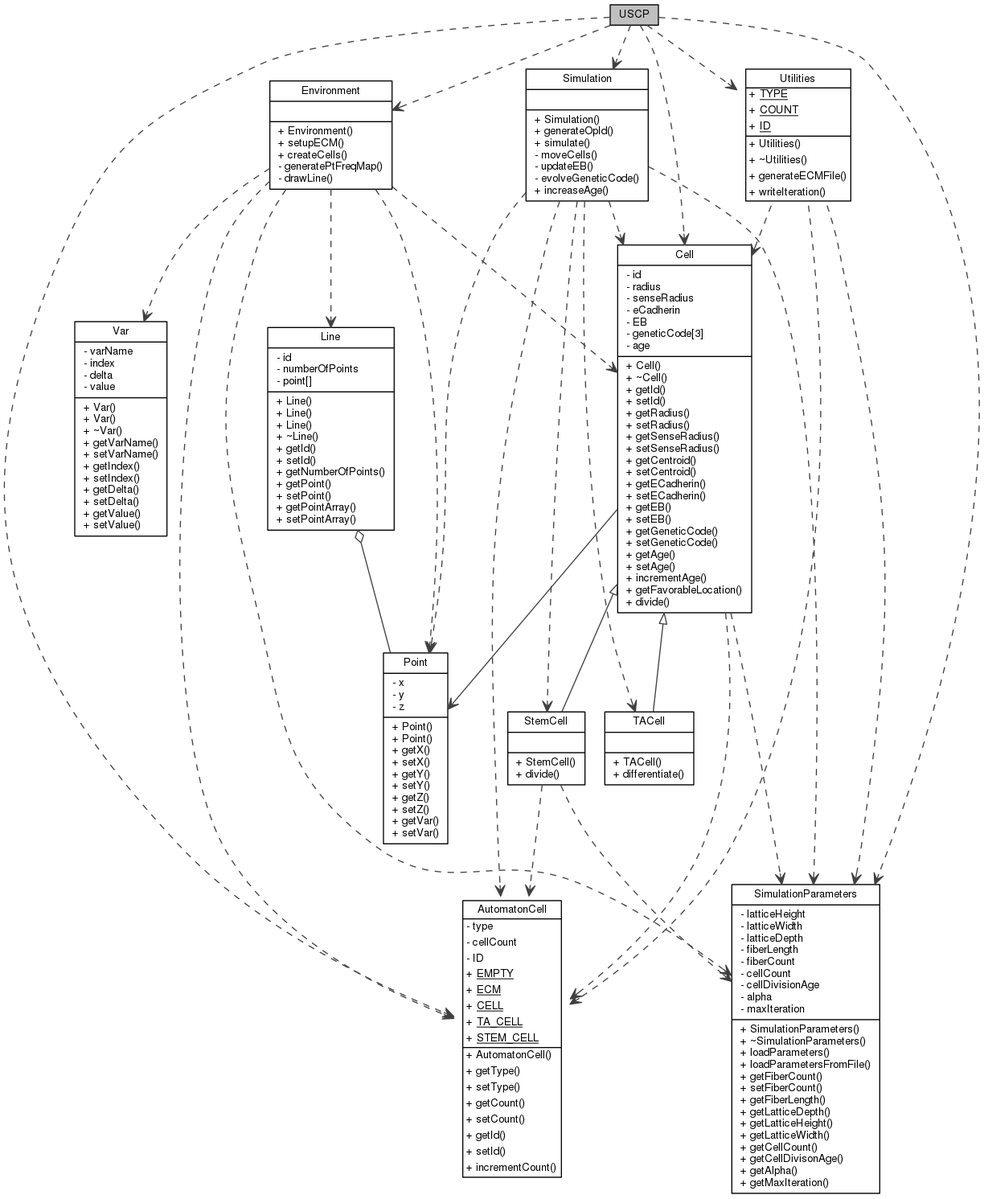
This is docs/diag/classDiagram/class_diag.png from abhaymittal/Model-Stem-Cells, a Graphviz export, as it was before one commit. Its source is kept beside it as docs/diag/classDiagram/class_diag.dot.
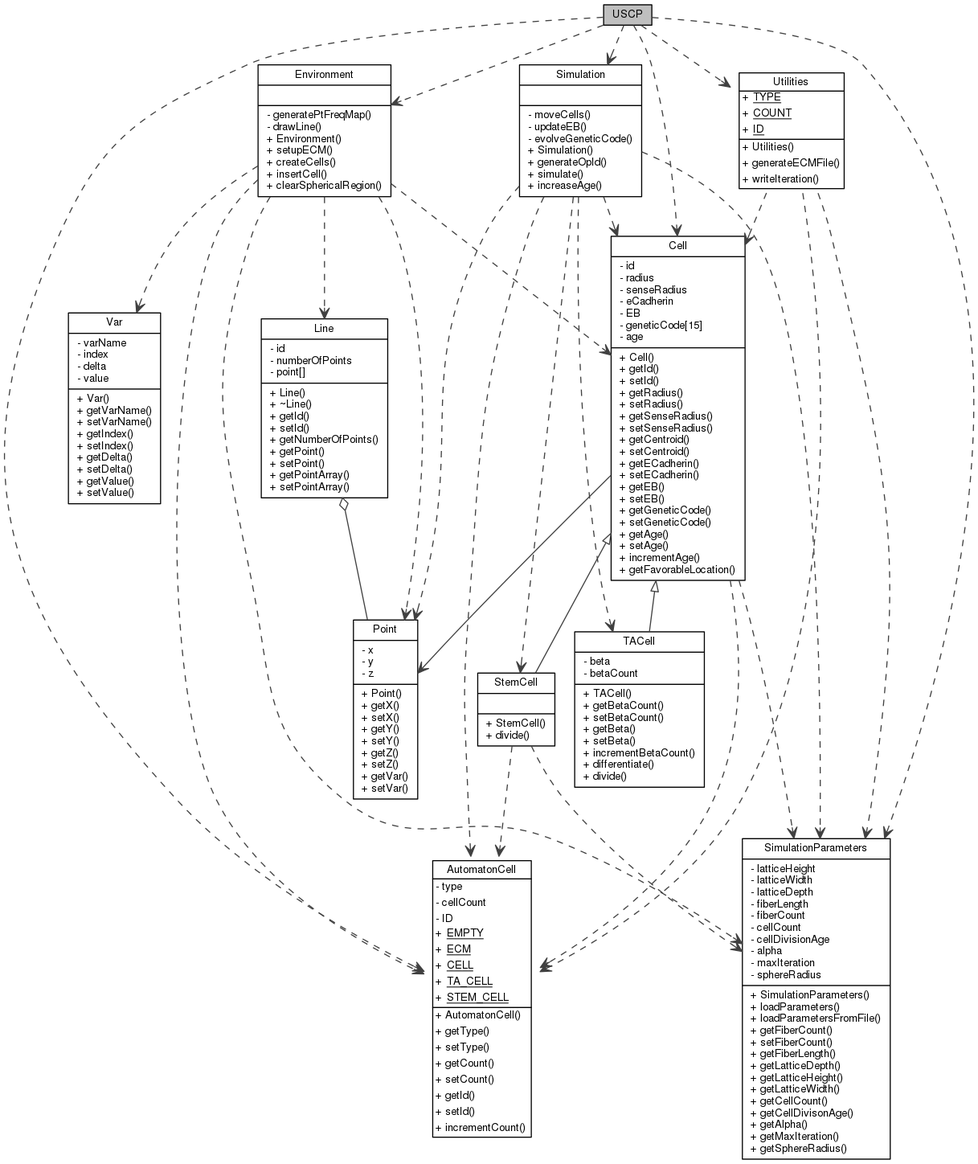
The same file after the commit.

Commit message:
Changed class diagram

Change to the diagram source:
```diff
@@ -29,25 +29,25 @@
 </TABLE>
 >,shape=plaintext,height=0.2,width=0.4,color="black", fillcolor="white", style="filled" fontcolor="black"];
 
-cell [label="{Cell\n|- id\l- radius\l- senseRadius\l- eCadherin\l- EB\l- geneticCode[3]\l- age\l|+ Cell()\l+ ~Cell()\l+ getId()\l+ setId()\l+ getRadius()\l+ setRadius()\l+ getSenseRadius()\l+ setSenseRadius()\l+ getCentroid()\l+ setCentroid()\l+ getECadherin()\l+ setECadherin()\l+ getEB()\l+ setEB()\l+ getGeneticCode()\l+ setGeneticCode()\l+ getAge()\l+ setAge()\l+ incrementAge()\l+ getFavorableLocation()\l+ divide()\l}",height=0.2,width=0.4,color="black", fillcolor="white", style="filled" fontcolor="black"];
+cell [label="{Cell\n|- id\l- radius\l- senseRadius\l- eCadherin\l- EB\l- geneticCode[15]\l- age\l|+ Cell()\l+ getId()\l+ setId()\l+ getRadius()\l+ setRadius()\l+ getSenseRadius()\l+ setSenseRadius()\l+ getCentroid()\l+ setCentroid()\l+ getECadherin()\l+ setECadherin()\l+ getEB()\l+ setEB()\l+ getGeneticCode()\l+ setGeneticCode()\l+ getAge()\l+ setAge()\l+ incrementAge()\l+ getFavorableLocation()\l}",height=0.2,width=0.4,color="black", fillcolor="white", style="filled" fontcolor="black"];
 
-environment [label="{Environment\n||+ Environment()\l+ setupECM()\l+ createCells()\l- generatePtFreqMap()\l- drawLine()\l}",height=0.2,width=0.4,color="black", fillcolor="white", style="filled" fontcolor="black"];
+environment [label="{Environment\n||- generatePtFreqMap()\l- drawLine()\l+ Environment()\l+ setupECM()\l+ createCells()\l+ insertCell()\l+ clearSphericalRegion()\l}",height=0.2,width=0.4,color="black", fillcolor="white", style="filled" fontcolor="black"];
 
-line [label="{Line\n|- id\l- numberOfPoints\l- point[]\l|+ Line()\l+ Line()\l+ Line()\l+ ~Line()\l+ getId()\l+ setId()\l+ getNumberOfPoints()\l+ getPoint()\l+ setPoint()\l+ getPointArray()\l+ setPointArray()\l}",height=0.2,width=0.4,color="black", fillcolor="white", style="filled" fontcolor="black"];
+line [label="{Line\n|- id\l- numberOfPoints\l- point[]\l|+ Line()\l+ ~Line()\l+ getId()\l+ setId()\l+ getNumberOfPoints()\l+ getPoint()\l+ setPoint()\l+ getPointArray()\l+ setPointArray()\l}",height=0.2,width=0.4,color="black", fillcolor="white", style="filled" fontcolor="black"];
 
-point [label="{Point\n|- x\l- y\l- z\l|+ Point()\l+ Point()\l+ getX()\l+ setX()\l+ getY()\l+ setY()\l+ getZ()\l+ setZ()\l+ getVar()\l+ setVar()\l}",height=0.2,width=0.4,color="black", fillcolor="white", style="filled" fontcolor="black"];
+point [label="{Point\n|- x\l- y\l- z\l|+ Point()\l+ getX()\l+ setX()\l+ getY()\l+ setY()\l+ getZ()\l+ setZ()\l+ getVar()\l+ setVar()\l}",height=0.2,width=0.4,color="black", fillcolor="white", style="filled" fontcolor="black"];
 
-simulation [label="{Simulation\n||+ Simulation()\l+ generateOpId()\l+ simulate()\l- moveCells()\l- updateEB()\l- evolveGeneticCode()\l+ increaseAge()\l}",height=0.2,width=0.4,color="black", fillcolor="white", style="filled" fontcolor="black"];
+simulation [label="{Simulation\n||- moveCells()\l- updateEB()\l- evolveGeneticCode()\l+ Simulation()\l+ generateOpId()\l+ simulate()\l+ increaseAge()\l}",height=0.2,width=0.4,color="black", fillcolor="white", style="filled" fontcolor="black"];
 
-simulation_param [label="{SimulationParameters\n|- latticeHeight\l- latticeWidth\l- latticeDepth\l- fiberLength\l- fiberCount\l- cellCount\l- cellDivisionAge\l- alpha\l- maxIteration\l|+ SimulationParameters()\l+ ~SimulationParameters()\l+ loadParameters()\l+ loadParametersFromFile()\l+ getFiberCount()\l+ setFiberCount()\l+ getFiberLength()\l+ getLatticeDepth()\l+ getLatticeHeight()\l+ getLatticeWidth()\l+ getCellCount()\l+ getCellDivisonAge()\l+ getAlpha()\l+ getMaxIteration()\l}",height=0.2,width=0.4,color="black", fillcolor="white", style="filled" fontcolor="black"];
+simulation_param [label="{SimulationParameters\n|- latticeHeight\l- latticeWidth\l- latticeDepth\l- fiberLength\l- fiberCount\l- cellCount\l- cellDivisionAge\l- alpha\l- maxIteration\l- sphereRadius\l|+ SimulationParameters()\l+ loadParameters()\l+ loadParametersFromFile()\l+ getFiberCount()\l+ setFiberCount()\l+ getFiberLength()\l+ getLatticeDepth()\l+ getLatticeHeight()\l+ getLatticeWidth()\l+ getCellCount()\l+ getCellDivisonAge()\l+ getAlpha()\l+ getMaxIteration()\l+ getSphereRadius()\l}",height=0.2,width=0.4,color="black", fillcolor="white", style="filled" fontcolor="black"];
 
-utilities [label=<<TABLE ALIGN="LEFT" CELLBORDER="0" CELLSPACING="0" ><TR><TD>Utilities</TD></TR><HR/><TR><TD ALIGN="LEFT">+ <u>TYPE</u></TD></TR><TR><TD ALIGN="LEFT">+ <U>COUNT</U></TD></TR><TR><TD ALIGN="LEFT">+ <U>ID</U></TD></TR><HR/><TR><TD ALIGN="LEFT">+ Utilities()</TD></TR><TR><TD ALIGN="LEFT">+ ~Utilities()</TD></TR><TR><TD ALIGN="LEFT">+ generateECMFile()</TD></TR><TR><TD ALIGN="LEFT">+ writeIteration()</TD></TR></TABLE>>,shape=plaintext,height=0.2,width=0.4,color="black", fillcolor="white", style="filled" fontcolor="black"];
+utilities [label=<<TABLE ALIGN="LEFT" CELLBORDER="0" CELLSPACING="0" ><TR><TD>Utilities</TD></TR><HR/><TR><TD ALIGN="LEFT">+ <u>TYPE</u></TD></TR><TR><TD ALIGN="LEFT">+ <U>COUNT</U></TD></TR><TR><TD ALIGN="LEFT">+ <U>ID</U></TD></TR><HR/><TR><TD ALIGN="LEFT">+ Utilities()</TD></TR><TR><TD ALIGN="LEFT">+ generateECMFile()</TD></TR><TR><TD ALIGN="LEFT">+ writeIteration()</TD></TR></TABLE>>,shape=plaintext,height=0.2,width=0.4,color="black", fillcolor="white", style="filled" fontcolor="black"];
 
-var [label="{Var\n|- varName\l- index\l- delta\l- value\l|+ Var()\l+ Var()\l+ ~Var()\l+ getVarName()\l+ setVarName()\l+ getIndex()\l+ setIndex()\l+ getDelta()\l+ setDelta()\l+ getValue()\l+ setValue()\l}",height=0.2,width=0.4,color="black", fillcolor="white", style="filled" fontcolor="black"];
+var [label="{Var\n|- varName\l- index\l- delta\l- value\l|+ Var()\l+ getVarName()\l+ setVarName()\l+ getIndex()\l+ setIndex()\l+ getDelta()\l+ setDelta()\l+ getValue()\l+ setValue()\l}",height=0.2,width=0.4,color="black", fillcolor="white", style="filled" fontcolor="black"];
 
 stem_cell [label="{StemCell\n||+ StemCell()\l+ divide()\l}",height=0.2,width=0.4,color="black", fillcolor="white", style="filled" fontcolor="black"];
 
-ta_cell [label="{TACell\n||+ TACell()\l+ differentiate()\l}",height=0.2,width=0.4,color="black", fillcolor="white", style="filled" fontcolor="black"];
+ta_cell [label="{TACell\n|- beta\l- betaCount\l|+ TACell()\l+ getBetaCount()\l+ setBetaCount()\l+ getBeta()\l+ setBeta()\l+ incrementBetaCount()\l+ differentiate()\l+ divide()\l}",height=0.2,width=0.4,color="black", fillcolor="white", style="filled" fontcolor="black"];
 
 
 uscp -> automaton_cell [color="grey25",fontsize="10",style="dashed" ,fontname="Helvetica",arrowhead=vee];
```
